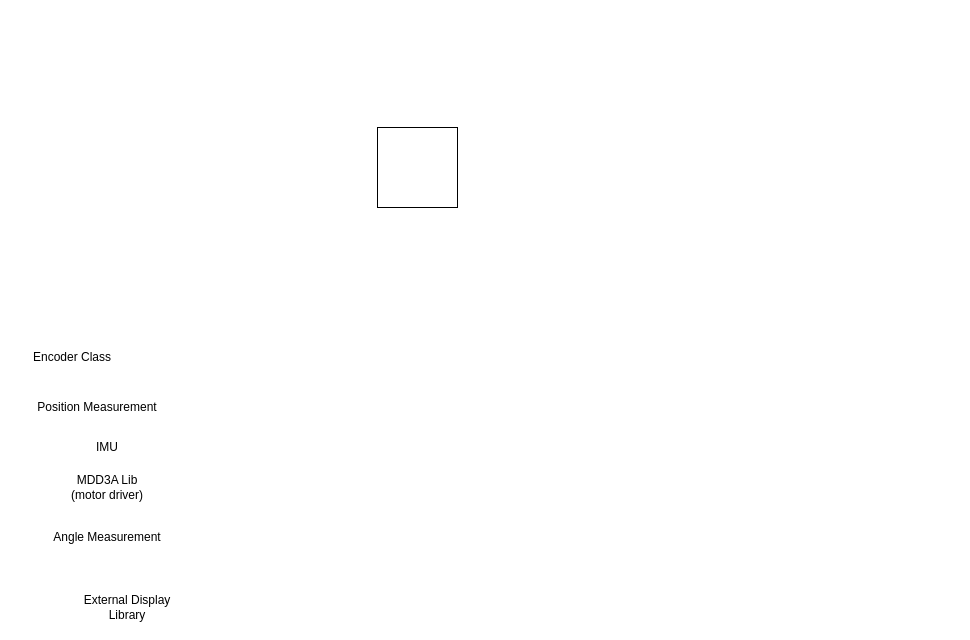
Earlier version of the draw.io diagram Documentation/Software Diagrams/Teensy BalanceBot Software Diagram.drawio (NikolaTotev/Teensy-Balance-Bot-Mk_1). Source tidied: cells renumbered, new cells numbered last; positions are measured from the earlier drawing's top-left corner, leaving out a move shared by most shapes. Both pictures are drawn from the tidied source at 100%, with x=0, y=0 at pixel (27, 127).
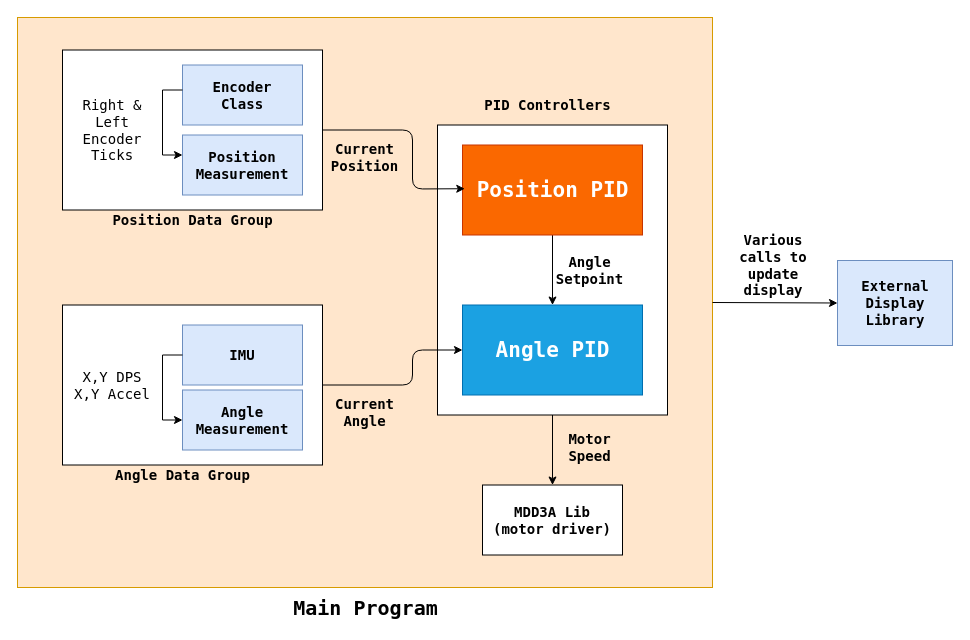
The same page after the edit.

Diff of the diagram source:
```diff
@@
-    <mxCell id="2" style="rounded=0;whiteSpace=wrap;html=1;" parent="1" vertex="1">
-      <mxGeometry x="350" width="80" height="80" as="geometry" />
+    <mxCell id="2" style="rounded=0;whiteSpace=wrap;html=1;fillColor=#ffe6cc;strokeColor=#d79b00;" parent="1" vertex="1">
+      <mxGeometry x="-10" y="-110" width="695" height="570" as="geometry" />
     </mxCell>
+    <mxCell id="9" value="Main Program" style="text;html=1;align=center;verticalAlign=middle;fontFamily=Lucida Console;fontSize=20;fontStyle=1;" parent="1" vertex="1">
+      <mxGeometry x="257.5" y="465" width="160" height="30" as="geometry" />
+    </mxCell>
+    <mxCell id="10" style="group;" parent="1" vertex="1">
+      <mxGeometry x="810" y="133" width="115" height="85" as="geometry" />
+    </mxCell>
+    <mxCell id="11" style="rounded=0;whiteSpace=wrap;html=1;fontFamily=Lucida Console;fontSize=12;align=left;fillColor=#dae8fc;strokeColor=#6c8ebf;" parent="10" vertex="1">
+      <mxGeometry width="115" height="85" as="geometry" />
+    </mxCell>
+    <mxCell id="8" value="External Display &lt;br style=&quot;font-size: 14px;&quot;&gt;Library" style="text;html=1;strokeColor=none;fillColor=none;align=center;verticalAlign=middle;whiteSpace=wrap;rounded=0;fontFamily=Lucida Console;fontStyle=1;fontSize=14;" parent="10" vertex="1">
+      <mxGeometry x="12.5" width="90" height="85" as="geometry" />
+    </mxCell>
+    <mxCell id="12" value="Various calls to update display" style="text;html=1;strokeColor=none;fillColor=none;align=center;verticalAlign=middle;whiteSpace=wrap;rounded=0;fontFamily=Lucida Console;fontSize=14;fontStyle=1;" parent="1" vertex="1">
+      <mxGeometry x="696" y="102.5" width="100" height="70" as="geometry" />
+    </mxCell>
+    <mxCell id="13" style="edgeStyle=orthogonalEdgeStyle;rounded=0;jettySize=auto;html=1;exitX=0.5;exitY=1;exitDx=0;exitDy=0;entryX=0.5;entryY=0;entryDx=0;entryDy=0;startArrow=none;startFill=0;endArrow=classic;endFill=1;fontFamily=Lucida Console;fontSize=12;fontColor=#FFFFFF;" parent="1" edge="1" source="14" target="15">
+      <mxGeometry relative="1" as="geometry" />
+    </mxCell>
+    <mxCell id="14" style="rounded=0;whiteSpace=wrap;html=1;fontFamily=Lucida Console;fontSize=12;align=left;" parent="1" vertex="1">
+      <mxGeometry x="410" y="-2.5" width="230" height="290" as="geometry" />
+    </mxCell>
+    <mxCell id="15" style="rounded=0;whiteSpace=wrap;html=1;fontFamily=Lucida Console;fontSize=14;" parent="1" vertex="1">
+      <mxGeometry x="455" y="357.5" width="140" height="70" as="geometry" />
+    </mxCell>
+    <mxCell id="6" value="MDD3A Lib&lt;br style=&quot;font-size: 14px;&quot;&gt;(motor driver)" style="text;html=1;strokeColor=none;fillColor=none;align=center;verticalAlign=middle;whiteSpace=wrap;rounded=0;fontFamily=Lucida Console;fontStyle=1;fontSize=14;" parent="1" vertex="1">
+      <mxGeometry x="460" y="372.5" width="130" height="40" as="geometry" />
+    </mxCell>
+    <mxCell id="16" value="PID Controllers" style="text;html=1;align=center;verticalAlign=middle;fontFamily=Lucida Console;fontSize=14;fontStyle=1;" parent="1" vertex="1">
+      <mxGeometry x="445" y="-32.5" width="150" height="20" as="geometry" />
+    </mxCell>
+    <mxCell id="17" style="edgeStyle=orthogonalEdgeStyle;rounded=0;jettySize=auto;html=1;startArrow=none;startFill=0;endArrow=classic;endFill=1;fontFamily=Lucida Console;fontSize=12;fontColor=#FFFFFF;" parent="1" edge="1" source="18" target="20">
+      <mxGeometry relative="1" as="geometry" />
+    </mxCell>
+    <mxCell id="18" style="rounded=0;whiteSpace=wrap;html=1;fontFamily=Lucida Console;fontSize=12;align=left;fillColor=#fa6800;strokeColor=#C73500;fontColor=#ffffff;" parent="1" vertex="1">
+      <mxGeometry x="435" y="17.5" width="180" height="90" as="geometry" />
+    </mxCell>
+    <mxCell id="19" value="&lt;font style=&quot;font-size: 21px&quot;&gt;Position PID&lt;/font&gt;" style="text;html=1;align=center;verticalAlign=middle;points=[];fontFamily=Lucida Console;fontSize=14;fontStyle=1;fontColor=#FFFFFF;" parent="1" vertex="1">
+      <mxGeometry x="440" y="47.5" width="170" height="30" as="geometry" />
+    </mxCell>
+    <mxCell id="20" style="rounded=0;whiteSpace=wrap;html=1;fontFamily=Lucida Console;fontSize=12;align=left;fillColor=#1ba1e2;strokeColor=#006EAF;fontColor=#ffffff;" parent="1" vertex="1">
+      <mxGeometry x="435" y="177.5" width="180" height="90" as="geometry" />
+    </mxCell>
+    <mxCell id="21" value="&lt;font style=&quot;font-size: 21px&quot;&gt;Angle PID&lt;/font&gt;" style="text;html=1;align=center;verticalAlign=middle;fontFamily=Lucida Console;fontSize=14;fontStyle=1;fontColor=#FFFFFF;" parent="1" vertex="1">
+      <mxGeometry x="460" y="207.5" width="130" height="30" as="geometry" />
+    </mxCell>
+    <mxCell id="22" value="Motor&lt;br&gt;Speed" style="text;html=1;strokeColor=none;fillColor=none;align=center;verticalAlign=middle;whiteSpace=wrap;rounded=0;fontFamily=Lucida Console;fontSize=14;fontStyle=1;" parent="1" vertex="1">
+      <mxGeometry x="530" y="302.5" width="65" height="35" as="geometry" />
+    </mxCell>
+    <mxCell id="23" value="Angle&lt;br&gt;Setpoint" style="text;html=1;strokeColor=none;fillColor=none;align=center;verticalAlign=middle;whiteSpace=wrap;rounded=0;fontFamily=Lucida Console;fontSize=14;fontStyle=1;" parent="1" vertex="1">
+      <mxGeometry x="530" y="125" width="65" height="35" as="geometry" />
+    </mxCell>
+    <mxCell id="24" style="endArrow=classic;html=1;fontFamily=Lucida Console;fontSize=12;fontColor=#FFFFFF;entryX=-0.016;entryY=0.457;entryDx=0;entryDy=0;entryPerimeter=0;exitX=1;exitY=0.5;exitDx=0;exitDy=0;" parent="1" edge="1" source="27" target="19">
+      <mxGeometry relative="1" as="geometry">
+        <Array as="points">
+          <mxPoint x="385" y="2.5" />
+          <mxPoint x="385" y="61.5" />
+        </Array>
+      </mxGeometry>
+    </mxCell>
+    <mxCell id="25" style="endArrow=classic;html=1;fontFamily=Lucida Console;fontSize=12;fontColor=#FFFFFF;entryX=0;entryY=0.5;entryDx=0;entryDy=0;exitX=1;exitY=0.5;exitDx=0;exitDy=0;" parent="1" edge="1" source="35" target="20">
+      <mxGeometry relative="1" as="geometry">
+        <Array as="points">
+          <mxPoint x="385" y="257.5" />
+          <mxPoint x="385" y="222.5" />
+        </Array>
+      </mxGeometry>
+    </mxCell>
+    <mxCell id="26" style="group;" parent="1" vertex="1">
+      <mxGeometry x="35" y="-77.5" width="260" height="180" as="geometry" />
+    </mxCell>
+    <mxCell id="27" style="rounded=0;whiteSpace=wrap;html=1;fontFamily=Lucida Console;fontSize=12;align=left;" parent="26" vertex="1">
+      <mxGeometry width="260" height="160" as="geometry" />
+    </mxCell>
+    <mxCell id="28" style="rounded=0;whiteSpace=wrap;html=1;fontFamily=Lucida Console;fontSize=14;fillColor=#dae8fc;strokeColor=#6c8ebf;" parent="26" vertex="1">
+      <mxGeometry x="120" y="15" width="120" height="60" as="geometry" />
+    </mxCell>
+    <mxCell id="29" style="rounded=0;whiteSpace=wrap;html=1;fontFamily=Lucida Console;fontSize=14;fillColor=#dae8fc;strokeColor=#6c8ebf;" parent="26" vertex="1">
+      <mxGeometry x="120" y="85" width="120" height="60" as="geometry" />
+    </mxCell>
+    <mxCell id="30" style="group;" parent="26" vertex="1">
+      <mxGeometry y="35" width="250" height="145" as="geometry" />
+    </mxCell>
-    <mxCell id="3" value="Encoder Class" style="text;html=1;strokeColor=none;fillColor=none;align=center;verticalAlign=middle;whiteSpace=wrap;rounded=0;" parent="1" vertex="1">
-      <mxGeometry y="220" width="90" height="20" as="geometry" />
+    <mxCell id="3" value="Encoder Class" style="text;html=1;strokeColor=none;fillColor=none;align=center;verticalAlign=middle;whiteSpace=wrap;rounded=0;fontFamily=Lucida Console;fontStyle=1;fontSize=14;" parent="30" vertex="1">
+      <mxGeometry x="135" width="90" height="20" as="geometry" />
     </mxCell>
-    <mxCell id="4" value="Position Measurement" style="text;html=1;strokeColor=none;fillColor=none;align=center;verticalAlign=middle;whiteSpace=wrap;rounded=0;" parent="1" vertex="1">
-      <mxGeometry y="270" width="140" height="20" as="geometry" />
+    <mxCell id="4" value="Position Measurement" style="text;html=1;strokeColor=none;fillColor=none;align=center;verticalAlign=middle;whiteSpace=wrap;rounded=0;fontFamily=Lucida Console;fontStyle=1;fontSize=14;" parent="30" vertex="1">
+      <mxGeometry x="110" y="70" width="140" height="20" as="geometry" />
     </mxCell>
+    <mxCell id="31" style="edgeStyle=orthogonalEdgeStyle;rounded=0;orthogonalLoop=1;jettySize=auto;html=1;entryX=0;entryY=0.5;entryDx=0;entryDy=0;fontFamily=Lucida Console;fontSize=14;endArrow=none;endFill=0;startArrow=classic;startFill=1;" parent="30" edge="1">
+      <mxGeometry relative="1" as="geometry">
+        <mxPoint x="120" y="70" as="sourcePoint" />
+        <mxPoint x="120" y="5" as="targetPoint" />
+        <Array as="points">
+          <mxPoint x="100" y="70" />
+          <mxPoint x="100" y="5" />
+        </Array>
+      </mxGeometry>
+    </mxCell>
+    <mxCell id="32" value="Right &amp;amp; Left Encoder Ticks" style="text;html=1;strokeColor=none;fillColor=none;align=center;verticalAlign=middle;whiteSpace=wrap;rounded=0;fontFamily=Lucida Console;fontSize=14;" parent="30" vertex="1">
+      <mxGeometry y="10" width="100" height="70" as="geometry" />
+    </mxCell>
+    <mxCell id="33" value="Position Data Group" style="text;html=1;align=center;verticalAlign=middle;fontFamily=Lucida Console;fontSize=14;fontStyle=1;" parent="30" vertex="1">
+      <mxGeometry x="40" y="125" width="180" height="20" as="geometry" />
+    </mxCell>
+    <mxCell id="34" style="group;" parent="1" vertex="1">
+      <mxGeometry x="35" y="177.5" width="260" height="180" as="geometry" />
+    </mxCell>
+    <mxCell id="35" style="rounded=0;whiteSpace=wrap;html=1;fontFamily=Lucida Console;fontSize=12;align=left;" parent="34" vertex="1">
+      <mxGeometry width="260" height="160" as="geometry" />
+    </mxCell>
+    <mxCell id="36" style="rounded=0;whiteSpace=wrap;html=1;fontFamily=Lucida Console;fontSize=14;fillColor=#dae8fc;strokeColor=#6c8ebf;" parent="34" vertex="1">
+      <mxGeometry x="120" y="85" width="120" height="60" as="geometry" />
+    </mxCell>
+    <mxCell id="7" value="Angle Measurement" style="text;html=1;strokeColor=none;fillColor=none;align=center;verticalAlign=middle;whiteSpace=wrap;rounded=0;fontFamily=Lucida Console;fontStyle=1;fontSize=14;" parent="34" vertex="1">
+      <mxGeometry x="130" y="105" width="100" height="20" as="geometry" />
+    </mxCell>
+    <mxCell id="37" style="rounded=0;whiteSpace=wrap;html=1;fontFamily=Lucida Console;fontSize=14;fillColor=#dae8fc;strokeColor=#6c8ebf;" parent="34" vertex="1">
+      <mxGeometry x="120" y="20" width="120" height="60" as="geometry" />
+    </mxCell>
+    <mxCell id="38" style="edgeStyle=orthogonalEdgeStyle;rounded=0;jettySize=auto;html=1;entryX=0;entryY=0.5;entryDx=0;entryDy=0;fontFamily=Lucida Console;fontSize=14;endArrow=none;endFill=0;startArrow=classic;startFill=1;" parent="34" edge="1" source="36" target="37">
+      <mxGeometry relative="1" as="geometry">
+        <Array as="points">
+          <mxPoint x="100" y="115" />
+          <mxPoint x="100" y="50" />
+        </Array>
+      </mxGeometry>
+    </mxCell>
-    <mxCell id="5" value="IMU" style="text;html=1;strokeColor=none;fillColor=none;align=center;verticalAlign=middle;whiteSpace=wrap;rounded=0;" parent="1" vertex="1">
-      <mxGeometry x="10" y="310" width="140" height="20" as="geometry" />
+    <mxCell id="5" value="IMU" style="text;html=1;strokeColor=none;fillColor=none;align=center;verticalAlign=middle;whiteSpace=wrap;rounded=0;fontFamily=Lucida Console;fontStyle=1;fontSize=14;" parent="34" vertex="1">
+      <mxGeometry x="145" y="40" width="70" height="20" as="geometry" />
     </mxCell>
-    <mxCell id="6" value="MDD3A Lib&lt;br&gt;(motor driver)" style="text;html=1;strokeColor=none;fillColor=none;align=center;verticalAlign=middle;whiteSpace=wrap;rounded=0;" parent="1" vertex="1">
-      <mxGeometry x="10" y="350" width="140" height="20" as="geometry" />
-    </mxCell>
-    <mxCell id="7" value="Angle Measurement" style="text;html=1;strokeColor=none;fillColor=none;align=center;verticalAlign=middle;whiteSpace=wrap;rounded=0;" parent="1" vertex="1">
-      <mxGeometry x="10" y="400" width="140" height="20" as="geometry" />
-    </mxCell>
-    <mxCell id="8" value="External Display &lt;br&gt;Library" style="text;html=1;strokeColor=none;fillColor=none;align=center;verticalAlign=middle;whiteSpace=wrap;rounded=0;" parent="1" vertex="1">
-      <mxGeometry x="30" y="470" width="140" height="20" as="geometry" />
-    </mxCell>
+    <mxCell id="39" value="X,Y DPS&lt;br&gt;X,Y Accel" style="text;html=1;strokeColor=none;fillColor=none;align=center;verticalAlign=middle;whiteSpace=wrap;rounded=0;fontFamily=Lucida Console;fontSize=14;" parent="34" vertex="1">
+      <mxGeometry y="65" width="100" height="30" as="geometry" />
+    </mxCell>
+    <mxCell id="40" value="Angle Data Group" style="text;html=1;align=center;verticalAlign=middle;fontFamily=Lucida Console;fontSize=14;fontStyle=1;" parent="34" vertex="1">
+      <mxGeometry x="45" y="160" width="150" height="20" as="geometry" />
+    </mxCell>
+    <mxCell id="41" value="Current Angle" style="text;html=1;strokeColor=none;fillColor=none;align=center;verticalAlign=middle;whiteSpace=wrap;rounded=0;fontFamily=Lucida Console;fontSize=14;fontStyle=1;" parent="1" vertex="1">
+      <mxGeometry x="305" y="267.5" width="65" height="35" as="geometry" />
+    </mxCell>
+    <mxCell id="42" value="Current Position" style="text;html=1;strokeColor=none;fillColor=none;align=center;verticalAlign=middle;whiteSpace=wrap;rounded=0;fontFamily=Lucida Console;fontSize=14;fontStyle=1;" parent="1" vertex="1">
+      <mxGeometry x="305" y="12.5" width="65" height="35" as="geometry" />
+    </mxCell>
+    <mxCell id="43" style="endArrow=classic;html=1;fontFamily=Lucida Console;fontSize=12;fontColor=#FFFFFF;entryX=0;entryY=0.5;entryDx=0;entryDy=0;exitX=1;exitY=0.5;exitDx=0;exitDy=0;" parent="1" edge="1" source="2" target="11">
+      <mxGeometry relative="1" as="geometry" />
+    </mxCell>
```
